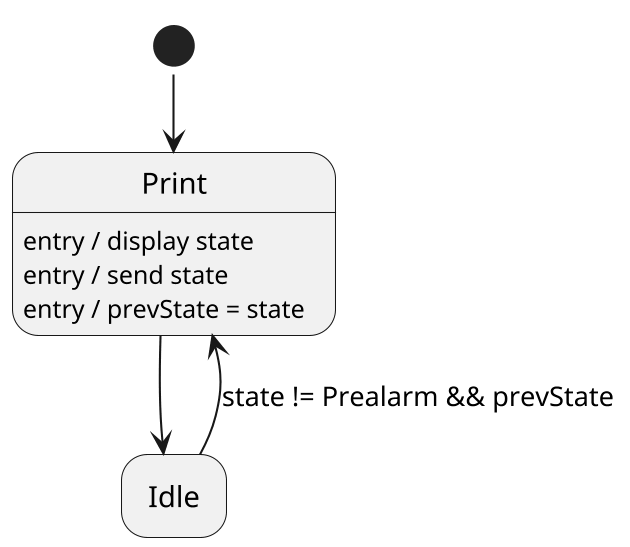
the-real-deal/unibo-iot-didospita keeps this PlantUML diagram as assignments/02-sdh/doc/tasks/stateChange.png. Above is the earlier version.
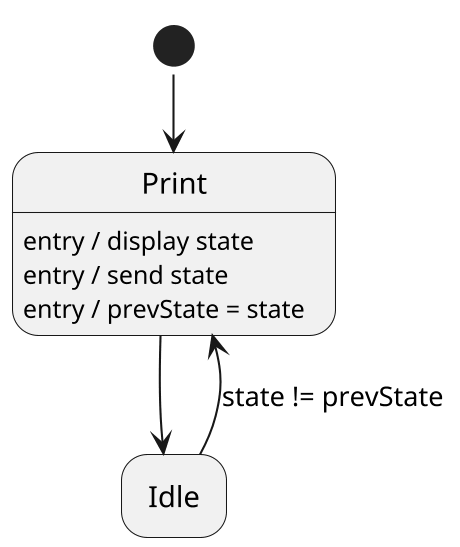
The same file after the commit.

Commit message:
docs(state change): print prealarm

The edit, as a diff of the source:
```diff
@@ -16,6 +16,6 @@
 
 print -d-> idle
 print -[hidden]d-> idle
-idle -u-> print : state != Prealarm && prevState
+idle -u-> print : state != prevState
 
 @enduml
```
